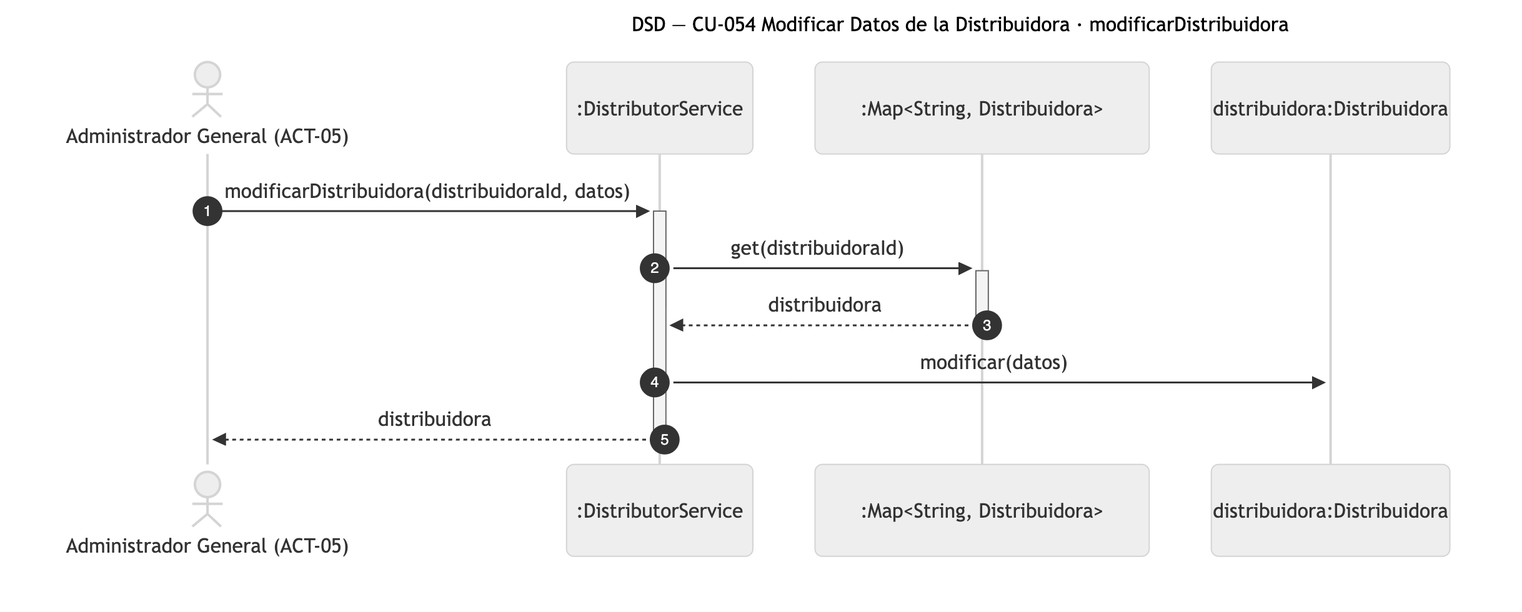
The Mermaid diagram diagramas/png/DSD_CU-054_modificarDistribuidora.png in Nahuelito-Dev/splg-docs, before a commit. Its source is kept beside it as diagramas/DSD_CU-054_modificarDistribuidora.mmd. Its diagram source:
```mermaid
sequenceDiagram
    title DSD — CU-054 Modificar Datos de la Distribuidora · modificarDistribuidora
    autonumber
    actor AGE as Administrador General (ACT-05)
    participant SRV as :DistributorService
    participant COL as :Map#lt;String, Distribuidora#gt;
    participant DIS as distribuidora:Distribuidora

    AGE->>+SRV: modificarDistribuidora(distribuidoraId, datos)
    SRV->>+COL: get(distribuidoraId)
    COL-->>-SRV: distribuidora
    SRV->>DIS: modificar(datos)
    SRV-->>-AGE: distribuidora
```
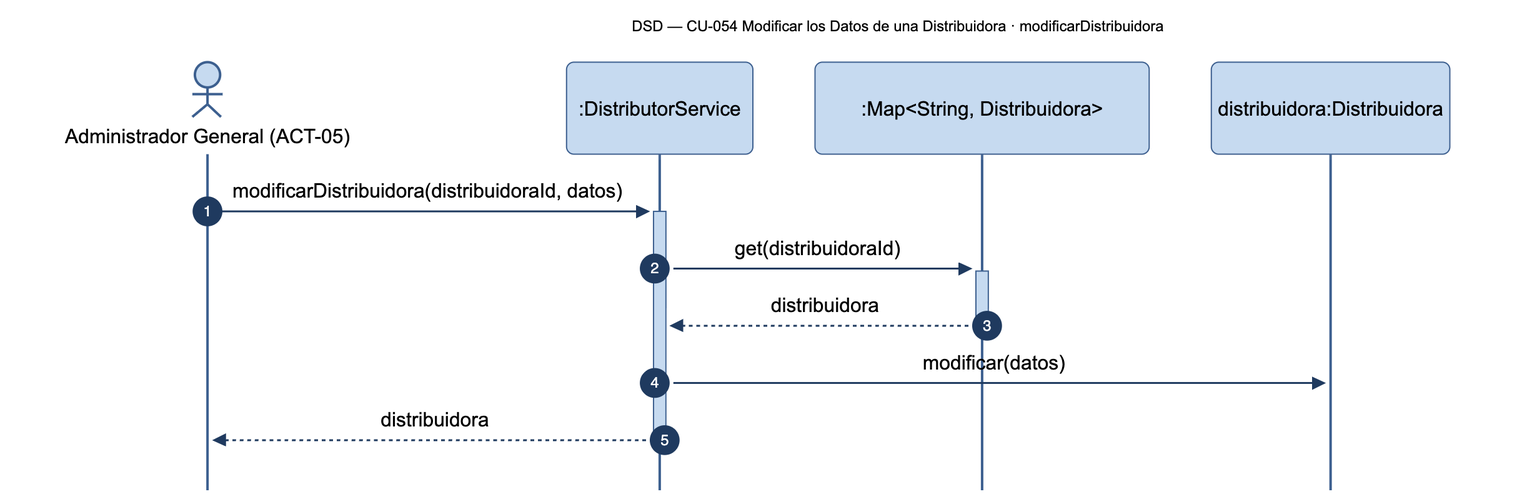
Later version of the same file.

What changed in the source:
```diff
@@ -1,5 +1,5 @@
 sequenceDiagram
-    title DSD — CU-054 Modificar Datos de la Distribuidora · modificarDistribuidora
+    title DSD — CU-054 Modificar los Datos de una Distribuidora · modificarDistribuidora
     autonumber
     actor AGE as Administrador General (ACT-05)
     participant SRV as :DistributorService
```
